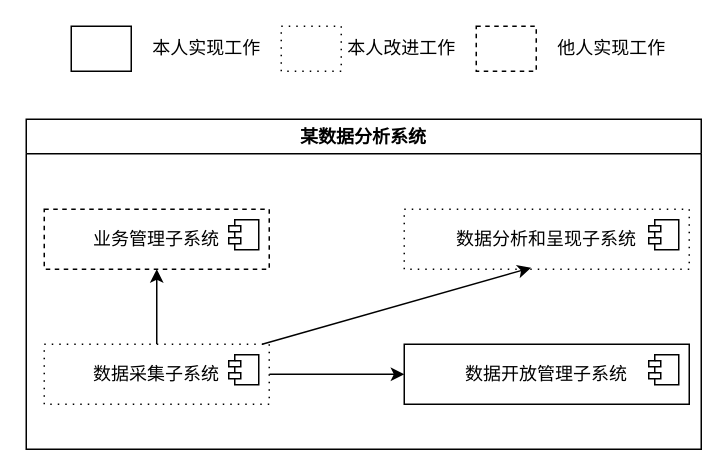
Diend-7/- keeps this draw.io diagram as 关系图.drawio. Above is the earlier version. Source tidied: cells renumbered, new cells numbered last; positions are measured from the earlier drawing's top-left corner, leaving out a move shared by most shapes. Both pictures are drawn from the tidied source at 150%, with x=0, y=0 at pixel (26, 26).
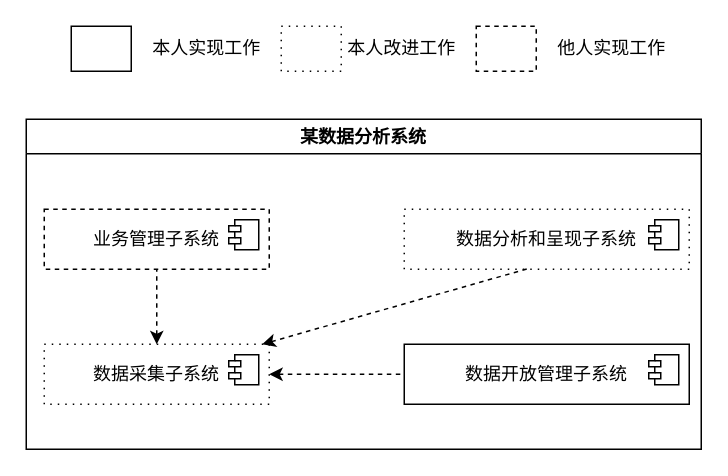
After the change.

Commit message:
更新关系图.drawio

The change refers to these unchanged cells:
```xml
<mxCell id="2" value="某数据分析系统" style="swimlane;" parent="1" vertex="1">
  <mxGeometry y="62" width="450" height="220" as="geometry" />
</mxCell>
<mxCell id="5" value="数据采集子系统" style="html=1;whiteSpace=wrap;dashed=1;dashPattern=1 4;" parent="2" vertex="1">
  <mxGeometry x="12" y="150" width="150" height="40" as="geometry" />
</mxCell>
<mxCell id="7" value="业务管理子系统" style="html=1;whiteSpace=wrap;dashed=1;" parent="2" vertex="1">
  <mxGeometry x="12" y="60" width="150" height="40" as="geometry" />
</mxCell>
<mxCell id="9" value="数据分析和呈现子系统" style="html=1;whiteSpace=wrap;dashed=1;dashPattern=1 4;" parent="2" vertex="1">
  <mxGeometry x="252" y="60" width="190" height="40" as="geometry" />
</mxCell>
<mxCell id="11" value="数据开放管理子系统" style="html=1;whiteSpace=wrap;" parent="2" vertex="1">
  <mxGeometry x="252" y="150" width="190" height="40" as="geometry" />
</mxCell>
```

Change to the diagram source:
```diff
@@
-    <mxCell id="3" style="rounded=0;jettySize=auto;html=1;entryX=0.5;entryY=1;entryDx=0;entryDy=0;" parent="2" edge="1" source="5" target="7">
+    <mxCell id="3" style="rounded=0;jettySize=auto;html=1;entryX=0.5;entryY=1;entryDx=0;entryDy=0;startArrow=classic;startFill=1;endArrow=none;endFill=0;dashed=1;" parent="2" edge="1" source="5" target="7">
       <mxGeometry relative="1" as="geometry" />
     </mxCell>
-    <mxCell id="4" style="edgeStyle=orthogonalEdgeStyle;rounded=0;jettySize=auto;html=1;entryX=0;entryY=0.5;entryDx=0;entryDy=0;" parent="2" edge="1" source="5" target="11">
+    <mxCell id="4" style="edgeStyle=orthogonalEdgeStyle;rounded=0;jettySize=auto;html=1;entryX=0;entryY=0.5;entryDx=0;entryDy=0;startArrow=classic;startFill=1;endArrow=none;endFill=0;dashed=1;" parent="2" edge="1" source="5" target="11">
       <mxGeometry relative="1" as="geometry" />
     </mxCell>
@@
-    <mxCell id="13" style="rounded=0;jettySize=auto;html=1;entryX=0.445;entryY=0.975;entryDx=0;entryDy=0;entryPerimeter=0;" parent="2" edge="1" source="5" target="9">
+    <mxCell id="13" style="rounded=0;jettySize=auto;html=1;entryX=0.445;entryY=0.975;entryDx=0;entryDy=0;entryPerimeter=0;startArrow=classic;startFill=1;endArrow=none;endFill=0;dashed=1;" parent="2" edge="1" source="5" target="9">
       <mxGeometry relative="1" as="geometry" />
     </mxCell>
```
